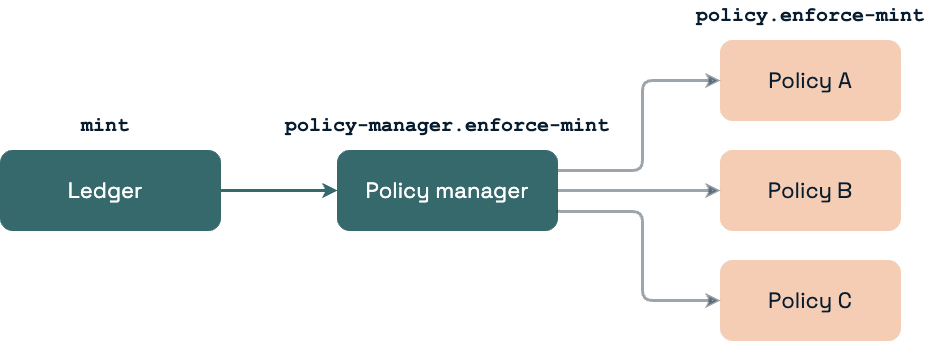
This is packages/apps/docs/public/assets/marmalade/mint_flow.png from kadena-community/kadena.js, a draw.io export, as it was before one commit. Source tidied: cells renumbered, new cells last; positions are measured from the earlier drawing's top-left corner, leaving out a move shared by most shapes. The source it was exported from:
```xml
<mxGraphModel>
  <root>
    <mxCell id="0" />
    <mxCell id="1" parent="0" />
    <mxCell id="2" style="edgeStyle=orthogonalEdgeStyle;rounded=1;jettySize=auto;html=1;exitX=1;exitY=0.5;exitDx=0;exitDy=0;entryX=0;entryY=0.5;entryDx=0;entryDy=0;strokeWidth=3;strokeColor=#35696C;" parent="1" edge="1" source="3" target="9">
      <mxGeometry relative="1" as="geometry" />
    </mxCell>
    <mxCell id="3" style="rounded=1;whiteSpace=wrap;html=1;fillColor=#35696C;strokeColor=#35696C;" parent="1" vertex="1">
      <mxGeometry y="150" width="220" height="80" as="geometry" />
    </mxCell>
    <mxCell id="4" style="rounded=1;whiteSpace=wrap;html=1;fillColor=#F5CCB4;strokeColor=#F5CCB4;" parent="1" vertex="1">
      <mxGeometry x="720" y="40" width="180" height="80" as="geometry" />
    </mxCell>
    <mxCell id="5" style="rounded=1;whiteSpace=wrap;html=1;fillColor=#F5CCB4;strokeColor=#F5CCB4;" parent="1" vertex="1">
      <mxGeometry x="720" y="150" width="180" height="80" as="geometry" />
    </mxCell>
    <mxCell id="6" style="rounded=1;whiteSpace=wrap;html=1;fillColor=#F5CCB4;strokeColor=#F5CCB4;" parent="1" vertex="1">
      <mxGeometry x="720" y="260" width="180" height="80" as="geometry" />
    </mxCell>
    <mxCell id="7" value="&lt;font color=&quot;#ffffff&quot; style=&quot;font-size: 22px;&quot; face=&quot;Kadena Space Grotesk&quot;&gt;Ledger&lt;/font&gt;" style="text;html=1;strokeColor=none;fillColor=none;align=center;verticalAlign=middle;whiteSpace=wrap;rounded=0;" parent="1" vertex="1">
      <mxGeometry x="60" y="170" width="90" height="40" as="geometry" />
    </mxCell>
    <mxCell id="8" style="edgeStyle=orthogonalEdgeStyle;rounded=1;jettySize=auto;html=1;exitX=1;exitY=0.25;exitDx=0;exitDy=0;entryX=0;entryY=0.5;entryDx=0;entryDy=0;strokeWidth=3;strokeColor=#071D2F;opacity=40;" parent="1" edge="1" source="9" target="4">
      <mxGeometry relative="1" as="geometry">
        <Array as="points">
          <mxPoint x="642" y="170" />
          <mxPoint x="642" y="80" />
        </Array>
      </mxGeometry>
    </mxCell>
    <mxCell id="9" style="rounded=1;whiteSpace=wrap;html=1;fillColor=#35696C;strokeColor=#35696C;" parent="1" vertex="1">
      <mxGeometry x="337" y="150" width="220" height="80" as="geometry" />
    </mxCell>
    <mxCell id="10" value="&lt;font color=&quot;#ffffff&quot; style=&quot;font-size: 22px;&quot; face=&quot;Kadena Space Grotesk&quot;&gt;Policy manager&lt;/font&gt;" style="text;html=1;strokeColor=none;fillColor=none;align=center;verticalAlign=middle;whiteSpace=wrap;rounded=0;" parent="1" vertex="1">
      <mxGeometry x="357" y="170" width="180" height="40" as="geometry" />
    </mxCell>
    <mxCell id="11" style="edgeStyle=orthogonalEdgeStyle;rounded=1;jettySize=auto;html=1;entryX=0;entryY=0.5;entryDx=0;entryDy=0;strokeWidth=3;strokeColor=#071D2F;opacity=40;exitX=1;exitY=0.5;exitDx=0;exitDy=0;" parent="1" edge="1" source="9" target="5">
      <mxGeometry relative="1" as="geometry" />
    </mxCell>
    <mxCell id="12" value="&lt;font style=&quot;font-size: 22px;&quot; face=&quot;Kadena Space Grotesk&quot;&gt;Policy C&lt;/font&gt;" style="text;html=1;strokeColor=none;fillColor=none;align=center;verticalAlign=middle;whiteSpace=wrap;rounded=0;fontColor=#071D2F;" parent="1" vertex="1">
      <mxGeometry x="755" y="280" width="110" height="40" as="geometry" />
    </mxCell>
    <mxCell id="13" value="&lt;font style=&quot;font-size: 22px;&quot; face=&quot;Kadena Space Grotesk&quot;&gt;Policy A&lt;/font&gt;" style="text;html=1;strokeColor=none;fillColor=none;align=center;verticalAlign=middle;whiteSpace=wrap;rounded=0;fontColor=#071D2F;" parent="1" vertex="1">
      <mxGeometry x="755" y="60" width="110" height="40" as="geometry" />
    </mxCell>
    <mxCell id="14" value="&lt;font style=&quot;font-size: 22px;&quot; face=&quot;Kadena Space Grotesk&quot;&gt;Policy B&lt;/font&gt;" style="text;html=1;strokeColor=none;fillColor=none;align=center;verticalAlign=middle;whiteSpace=wrap;rounded=0;fontColor=#071D2F;" parent="1" vertex="1">
      <mxGeometry x="755" y="170" width="110" height="40" as="geometry" />
    </mxCell>
    <mxCell id="15" value="&lt;font face=&quot;Courier New&quot; color=&quot;#071d2f&quot; style=&quot;font-size: 20px;&quot;&gt;&lt;b&gt;mint&lt;/b&gt;&lt;/font&gt;" style="text;html=1;strokeColor=none;fillColor=none;align=center;verticalAlign=middle;whiteSpace=wrap;rounded=0;" parent="1" vertex="1">
      <mxGeometry x="75" y="110" width="60" height="30" as="geometry" />
    </mxCell>
    <mxCell id="16" value="&lt;font face=&quot;Courier New&quot; color=&quot;#071d2f&quot; style=&quot;font-size: 20px;&quot;&gt;&lt;b&gt;policy-manager.enforce-mint&lt;/b&gt;&lt;/font&gt;" style="text;html=1;strokeColor=none;fillColor=none;align=center;verticalAlign=middle;whiteSpace=wrap;rounded=0;" parent="1" vertex="1">
      <mxGeometry x="272" y="110" width="350" height="30" as="geometry" />
    </mxCell>
    <mxCell id="17" style="edgeStyle=orthogonalEdgeStyle;rounded=1;jettySize=auto;html=1;entryX=0;entryY=0.5;entryDx=0;entryDy=0;strokeWidth=3;strokeColor=#071D2F;opacity=40;exitX=1;exitY=0.5;exitDx=0;exitDy=0;" parent="1" edge="1" target="6">
      <mxGeometry relative="1" as="geometry">
        <mxPoint x="557" y="210" as="sourcePoint" />
        <Array as="points">
          <mxPoint x="557" y="211" />
          <mxPoint x="642" y="211" />
          <mxPoint x="642" y="300" />
        </Array>
      </mxGeometry>
    </mxCell>
    <mxCell id="18" value="&lt;font face=&quot;Courier New&quot; color=&quot;#071d2f&quot; style=&quot;font-size: 20px;&quot;&gt;&lt;b&gt;policy.enforce-mint&lt;/b&gt;&lt;/font&gt;" style="text;html=1;strokeColor=none;fillColor=none;align=center;verticalAlign=middle;whiteSpace=wrap;rounded=0;" parent="1" vertex="1">
      <mxGeometry x="689" width="242.1" height="30" as="geometry" />
    </mxCell>
  </root>
</mxGraphModel>
```
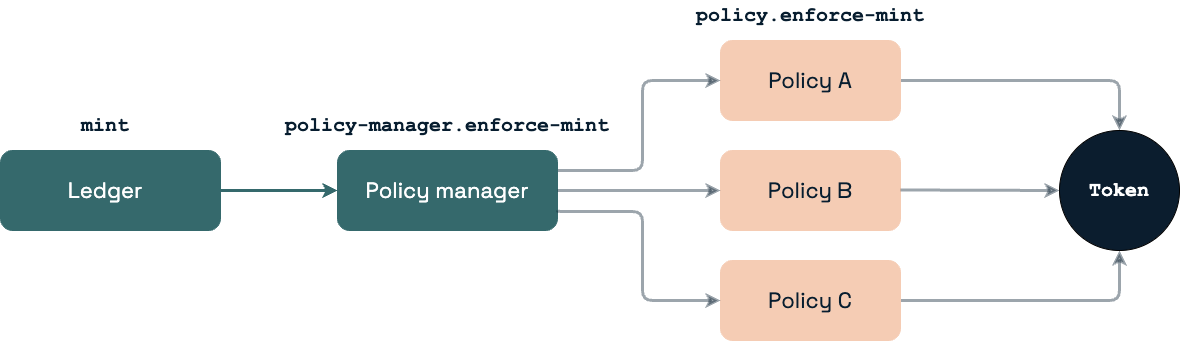
After the change.

Commit message:
marmalade contract architecture wip

Change to the diagram source:
```diff
@@ -8,12 +8,18 @@
     <mxCell id="3" style="rounded=1;whiteSpace=wrap;html=1;fillColor=#35696C;strokeColor=#35696C;" parent="1" vertex="1">
       <mxGeometry y="150" width="220" height="80" as="geometry" />
     </mxCell>
+    <mxCell id="19" style="edgeStyle=orthogonalEdgeStyle;rounded=1;jettySize=auto;html=1;exitX=1;exitY=0.5;exitDx=0;exitDy=0;entryX=0.5;entryY=0;entryDx=0;entryDy=0;strokeWidth=3;strokeColor=#071D2F;opacity=40;" parent="1" edge="1" source="4" target="21">
+      <mxGeometry relative="1" as="geometry" />
+    </mxCell>
     <mxCell id="4" style="rounded=1;whiteSpace=wrap;html=1;fillColor=#F5CCB4;strokeColor=#F5CCB4;" parent="1" vertex="1">
       <mxGeometry x="720" y="40" width="180" height="80" as="geometry" />
     </mxCell>
     <mxCell id="5" style="rounded=1;whiteSpace=wrap;html=1;fillColor=#F5CCB4;strokeColor=#F5CCB4;" parent="1" vertex="1">
       <mxGeometry x="720" y="150" width="180" height="80" as="geometry" />
     </mxCell>
+    <mxCell id="20" style="edgeStyle=orthogonalEdgeStyle;rounded=1;jettySize=auto;html=1;exitX=1;exitY=0.5;exitDx=0;exitDy=0;entryX=0.5;entryY=1;entryDx=0;entryDy=0;strokeWidth=3;opacity=40;strokeColor=#071D2F;" parent="1" edge="1" source="6" target="21">
+      <mxGeometry relative="1" as="geometry" />
+    </mxCell>
     <mxCell id="6" style="rounded=1;whiteSpace=wrap;html=1;fillColor=#F5CCB4;strokeColor=#F5CCB4;" parent="1" vertex="1">
       <mxGeometry x="720" y="260" width="180" height="80" as="geometry" />
     </mxCell>
@@ -65,5 +71,16 @@
     <mxCell id="18" value="&lt;font face=&quot;Courier New&quot; color=&quot;#071d2f&quot; style=&quot;font-size: 20px;&quot;&gt;&lt;b&gt;policy.enforce-mint&lt;/b&gt;&lt;/font&gt;" style="text;html=1;strokeColor=none;fillColor=none;align=center;verticalAlign=middle;whiteSpace=wrap;rounded=0;" parent="1" vertex="1">
       <mxGeometry x="689" width="242.1" height="30" as="geometry" />
     </mxCell>
+    <mxCell id="21" style="ellipse;whiteSpace=wrap;html=1;fontColor=#0B1D2E;fillColor=#0B1D2E;" parent="1" vertex="1">
+      <mxGeometry x="1059" y="130" width="120" height="120" as="geometry" />
+    </mxCell>
+    <mxCell id="22" value="&lt;font face=&quot;Courier New&quot; style=&quot;font-size: 20px;&quot;&gt;&lt;b&gt;Token&lt;/b&gt;&lt;/font&gt;" style="text;html=1;strokeColor=none;fillColor=none;align=center;verticalAlign=middle;whiteSpace=wrap;rounded=0;fontColor=#FFFFFF;" parent="1" vertex="1">
+      <mxGeometry x="1089" y="175" width="60" height="30" as="geometry" />
+    </mxCell>
+    <mxCell id="23" style="edgeStyle=orthogonalEdgeStyle;rounded=1;jettySize=auto;html=1;strokeWidth=3;strokeColor=#071D2F;opacity=40;exitX=1;exitY=0.5;exitDx=0;exitDy=0;entryX=0;entryY=0.5;entryDx=0;entryDy=0;" parent="1" edge="1" target="21">
+      <mxGeometry relative="1" as="geometry">
+        <mxPoint x="900" y="189.5" as="sourcePoint" />
+      </mxGeometry>
+    </mxCell>
   </root>
 </mxGraphModel>
```
